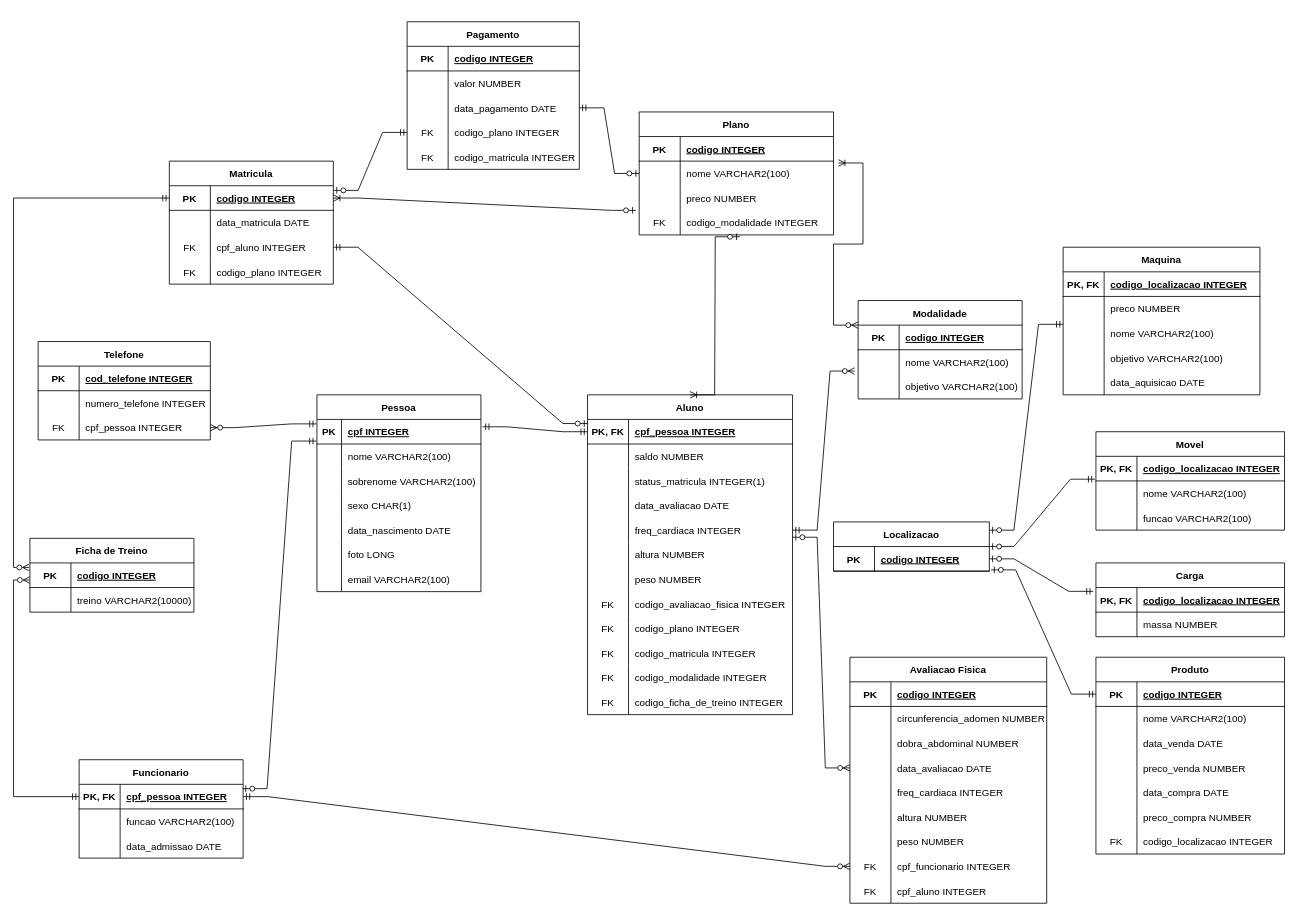
Earlier version of the draw.io diagram GymDataBaseModel.drawio (williamdistler/GymDataBaseModel). Source tidied: cells renumbered, new cells numbered last; positions are measured from the earlier drawing's top-left corner, leaving out a move shared by most shapes. Both pictures are drawn from the tidied source at 82%, with x=0, y=0 at pixel (30, 21).
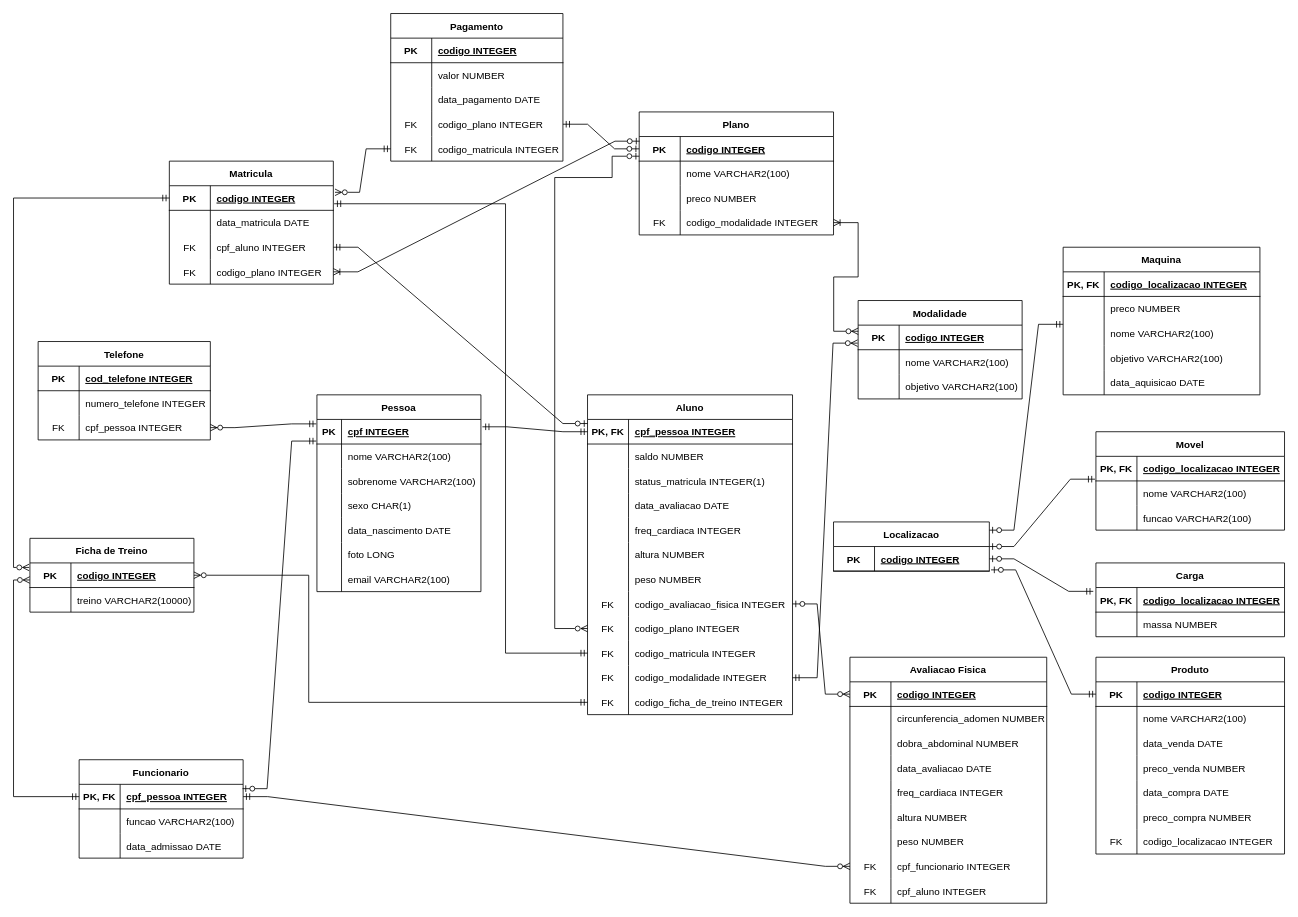
After the change.

Commit message:
FIX: merdas feitas

Unchanged cells that the change refers to:
```xml
<mxCell id="46" style="shape=tableRow;horizontal=0;startSize=0;swimlaneHead=0;swimlaneBody=0;fillColor=none;points=[[0,0.5],[1,0.5]];portConstraint=eastwest;top=0;left=0;right=0;bottom=1;" parent="45" vertex="1">
  <mxGeometry y="30" width="240" height="30" as="geometry" />
</mxCell>
<mxCell id="55" style="shape=tableRow;horizontal=0;startSize=0;swimlaneHead=0;swimlaneBody=0;fillColor=none;points=[[0,0.5],[1,0.5]];portConstraint=eastwest;top=0;left=0;right=0;bottom=0;" parent="45" vertex="1">
  <mxGeometry y="120" width="240" height="30" as="geometry" />
</mxCell>
<mxCell id="74" value="Aluno" style="shape=table;startSize=30;childLayout=tableLayout;rowLines=0;fontStyle=1;align=center;" parent="1" vertex="1">
  <mxGeometry x="680" y="455" width="250" height="390" as="geometry" />
</mxCell>
<mxCell id="87" style="shape=tableRow;horizontal=0;startSize=0;swimlaneHead=0;swimlaneBody=0;fillColor=none;points=[[0,0.5],[1,0.5]];portConstraint=eastwest;top=0;left=0;right=0;bottom=0;" parent="74" vertex="1">
  <mxGeometry y="150" width="250" height="30" as="geometry" />
</mxCell>
<mxCell id="96" style="shape=tableRow;horizontal=0;startSize=0;swimlaneHead=0;swimlaneBody=0;fillColor=none;points=[[0,0.5],[1,0.5]];portConstraint=eastwest;top=0;left=0;right=0;bottom=0;" parent="74" vertex="1">
  <mxGeometry y="240" width="250" height="30" as="geometry" />
</mxCell>
<mxCell id="99" style="shape=tableRow;horizontal=0;startSize=0;swimlaneHead=0;swimlaneBody=0;fillColor=none;points=[[0,0.5],[1,0.5]];portConstraint=eastwest;top=0;left=0;right=0;bottom=0;" parent="74" vertex="1">
  <mxGeometry y="270" width="250" height="30" as="geometry" />
</mxCell>
<mxCell id="102" style="shape=tableRow;horizontal=0;startSize=0;swimlaneHead=0;swimlaneBody=0;fillColor=none;points=[[0,0.5],[1,0.5]];portConstraint=eastwest;top=0;left=0;right=0;bottom=0;" parent="74" vertex="1">
  <mxGeometry y="300" width="250" height="30" as="geometry" />
</mxCell>
<mxCell id="105" style="shape=tableRow;horizontal=0;startSize=0;swimlaneHead=0;swimlaneBody=0;fillColor=none;points=[[0,0.5],[1,0.5]];portConstraint=eastwest;top=0;left=0;right=0;bottom=0;" parent="74" vertex="1">
  <mxGeometry y="330" width="250" height="30" as="geometry" />
</mxCell>
<mxCell id="108" style="shape=tableRow;horizontal=0;startSize=0;swimlaneHead=0;swimlaneBody=0;fillColor=none;points=[[0,0.5],[1,0.5]];portConstraint=eastwest;top=0;left=0;right=0;bottom=0;" parent="74" vertex="1">
  <mxGeometry y="360" width="250" height="30" as="geometry" />
</mxCell>
<mxCell id="114" style="shape=tableRow;horizontal=0;startSize=0;swimlaneHead=0;swimlaneBody=0;fillColor=none;points=[[0,0.5],[1,0.5]];portConstraint=eastwest;top=0;left=0;right=0;bottom=1;" parent="113" vertex="1">
  <mxGeometry y="30" width="200" height="30" as="geometry" />
</mxCell>
<mxCell id="120" value="Modalidade" style="shape=table;startSize=30;childLayout=tableLayout;rowLines=0;fontStyle=1;align=center;" parent="1" vertex="1">
  <mxGeometry x="1010" y="340" width="200" height="120" as="geometry" />
</mxCell>
<mxCell id="121" style="shape=tableRow;horizontal=0;startSize=0;swimlaneHead=0;swimlaneBody=0;fillColor=none;points=[[0,0.5],[1,0.5]];portConstraint=eastwest;top=0;left=0;right=0;bottom=1;" parent="120" vertex="1">
  <mxGeometry y="30" width="200" height="30" as="geometry" />
</mxCell>
<mxCell id="127" style="shape=tableRow;horizontal=0;startSize=0;swimlaneHead=0;swimlaneBody=0;fillColor=none;points=[[0,0.5],[1,0.5]];portConstraint=eastwest;top=0;left=0;right=0;bottom=0;" parent="120" vertex="1">
  <mxGeometry y="90" width="200" height="30" as="geometry" />
</mxCell>
<mxCell id="132" style="shape=tableRow;horizontal=0;startSize=0;swimlaneHead=0;swimlaneBody=0;fillColor=none;points=[[0,0.5],[1,0.5]];portConstraint=eastwest;top=0;left=0;right=0;bottom=1;" parent="131" vertex="1">
  <mxGeometry y="30" width="237" height="30" as="geometry" />
</mxCell>
<mxCell id="135" style="shape=tableRow;horizontal=0;startSize=0;swimlaneHead=0;swimlaneBody=0;fillColor=none;points=[[0,0.5],[1,0.5]];portConstraint=eastwest;top=0;left=0;right=0;bottom=0;" parent="131" vertex="1">
  <mxGeometry y="60" width="237" height="30" as="geometry" />
</mxCell>
<mxCell id="138" style="shape=tableRow;horizontal=0;startSize=0;swimlaneHead=0;swimlaneBody=0;fillColor=none;points=[[0,0.5],[1,0.5]];portConstraint=eastwest;top=0;left=0;right=0;bottom=0;" parent="131" vertex="1">
  <mxGeometry y="90" width="237" height="30" as="geometry" />
</mxCell>
<mxCell id="141" style="shape=tableRow;horizontal=0;startSize=0;swimlaneHead=0;swimlaneBody=0;fillColor=none;points=[[0,0.5],[1,0.5]];portConstraint=eastwest;top=0;left=0;right=0;bottom=0;" parent="131" vertex="1">
  <mxGeometry y="120" width="237" height="30" as="geometry" />
</mxCell>
<mxCell id="147" style="shape=tableRow;horizontal=0;startSize=0;swimlaneHead=0;swimlaneBody=0;fillColor=none;points=[[0,0.5],[1,0.5]];portConstraint=eastwest;top=0;left=0;right=0;bottom=1;" parent="146" vertex="1">
  <mxGeometry y="30" width="200" height="30" as="geometry" />
</mxCell>
<mxCell id="156" style="shape=tableRow;horizontal=0;startSize=0;swimlaneHead=0;swimlaneBody=0;fillColor=none;points=[[0,0.5],[1,0.5]];portConstraint=eastwest;top=0;left=0;right=0;bottom=0;" parent="146" vertex="1">
  <mxGeometry y="120" width="200" height="30" as="geometry" />
</mxCell>
<mxCell id="168" style="shape=tableRow;horizontal=0;startSize=0;swimlaneHead=0;swimlaneBody=0;fillColor=none;points=[[0,0.5],[1,0.5]];portConstraint=eastwest;top=0;left=0;right=0;bottom=0;" parent="161" vertex="1">
  <mxGeometry y="90" width="210" height="30" as="geometry" />
</mxCell>
<mxCell id="171" style="shape=tableRow;horizontal=0;startSize=0;swimlaneHead=0;swimlaneBody=0;fillColor=none;points=[[0,0.5],[1,0.5]];portConstraint=eastwest;top=0;left=0;right=0;bottom=0;" parent="161" vertex="1">
  <mxGeometry y="120" width="210" height="30" as="geometry" />
</mxCell>
<mxCell id="174" style="shape=tableRow;horizontal=0;startSize=0;swimlaneHead=0;swimlaneBody=0;fillColor=none;points=[[0,0.5],[1,0.5]];portConstraint=eastwest;top=0;left=0;right=0;bottom=0;" parent="161" vertex="1">
  <mxGeometry y="150" width="210" height="30" as="geometry" />
</mxCell>
```

What changed in the source:
```diff
@@
-    <mxCell id="111" style="edgeStyle=entityRelationEdgeStyle;fontSize=12;html=1;endArrow=ERzeroToMany;startArrow=ERzeroToOne;rounded=0;exitX=1;exitY=0.789;exitDx=0;exitDy=0;exitPerimeter=0;entryX=0;entryY=0.5;entryDx=0;entryDy=0;" parent="1" edge="1" source="87" target="55">
+    <mxCell id="111" style="edgeStyle=entityRelationEdgeStyle;fontSize=12;html=1;endArrow=ERzeroToMany;startArrow=ERzeroToOne;rounded=0;entryX=0;entryY=0.5;entryDx=0;entryDy=0;" parent="1" edge="1" source="96" target="46">
       <mxGeometry relative="1" as="geometry" />
     </mxCell>
@@
-    <mxCell id="130" style="edgeStyle=entityRelationEdgeStyle;fontSize=12;html=1;endArrow=ERzeroToMany;startArrow=ERmandOne;rounded=0;exitX=1;exitY=0.5;exitDx=0;exitDy=0;entryX=-0.021;entryY=-0.133;entryDx=0;entryDy=0;entryPerimeter=0;" parent="1" edge="1" source="87" target="127">
+    <mxCell id="130" style="edgeStyle=entityRelationEdgeStyle;fontSize=12;html=1;endArrow=ERzeroToMany;startArrow=ERmandOne;rounded=0;entryX=-0.003;entryY=0.732;entryDx=0;entryDy=0;entryPerimeter=0;" parent="1" edge="1" source="105" target="121">
       <mxGeometry relative="1" as="geometry" />
     </mxCell>
+    <mxCell id="245" style="edgeStyle=orthogonalEdgeStyle;rounded=0;jettySize=auto;html=1;entryX=0;entryY=0.5;entryDx=0;entryDy=0;endArrow=ERzeroToMany;endFill=0;startArrow=ERzeroToOne;startFill=0;" parent="1" edge="1" source="132" target="99">
+      <mxGeometry relative="1" as="geometry">
+        <Array as="points">
+          <mxPoint x="710" y="164" />
+          <mxPoint x="710" y="190" />
+          <mxPoint x="640" y="190" />
+          <mxPoint x="640" y="740" />
+        </Array>
+      </mxGeometry>
+    </mxCell>
@@
-    <mxCell id="144" style="edgeStyle=entityRelationEdgeStyle;fontSize=12;html=1;endArrow=ERoneToMany;startArrow=ERzeroToOne;rounded=0;exitX=0.518;exitY=1.075;exitDx=0;exitDy=0;exitPerimeter=0;entryX=0.5;entryY=0;entryDx=0;entryDy=0;" parent="1" edge="1" source="141" target="74">
-      <mxGeometry relative="1" as="geometry" />
-    </mxCell>
-    <mxCell id="145" style="edgeStyle=entityRelationEdgeStyle;fontSize=12;html=1;endArrow=ERoneToMany;startArrow=ERzeroToMany;rounded=0;entryX=1.025;entryY=0.075;entryDx=0;entryDy=0;entryPerimeter=0;exitX=0;exitY=0.25;exitDx=0;exitDy=0;" parent="1" edge="1" source="120" target="135">
+    <mxCell id="145" style="edgeStyle=entityRelationEdgeStyle;fontSize=12;html=1;endArrow=ERoneToMany;startArrow=ERzeroToMany;rounded=0;entryX=1;entryY=0.5;entryDx=0;entryDy=0;exitX=0.001;exitY=0.249;exitDx=0;exitDy=0;exitPerimeter=0;" parent="1" edge="1" source="121" target="141">
       <mxGeometry relative="1" as="geometry" />
     </mxCell>
@@
-    <mxCell id="160" style="edgeStyle=entityRelationEdgeStyle;fontSize=12;html=1;endArrow=ERoneToMany;startArrow=ERzeroToOne;rounded=0;entryX=1;entryY=0.5;entryDx=0;entryDy=0;exitX=-0.017;exitY=1;exitDx=0;exitDy=0;exitPerimeter=0;" parent="1" edge="1" source="138" target="147">
+    <mxCell id="160" style="edgeStyle=entityRelationEdgeStyle;fontSize=12;html=1;endArrow=ERoneToMany;startArrow=ERzeroToOne;rounded=0;entryX=1;entryY=0.5;entryDx=0;entryDy=0;exitX=0.002;exitY=0.189;exitDx=0;exitDy=0;exitPerimeter=0;" parent="1" edge="1" source="132" target="156">
       <mxGeometry relative="1" as="geometry" />
     </mxCell>
     <mxCell id="161" value="Pagamento" style="shape=table;startSize=30;childLayout=tableLayout;rowLines=0;fontStyle=1;align=center;" parent="1" vertex="1">
-      <mxGeometry x="460" width="210" height="180" as="geometry" />
+      <mxGeometry x="440" y="-10" width="210" height="180" as="geometry" />
     </mxCell>
@@
-    <mxCell id="177" style="edgeStyle=entityRelationEdgeStyle;fontSize=12;html=1;endArrow=ERzeroToOne;startArrow=ERmandOne;rounded=0;entryX=1.001;entryY=0.189;entryDx=0;entryDy=0;exitX=0;exitY=0.5;exitDx=0;exitDy=0;entryPerimeter=0;" parent="1" edge="1" source="171" target="147">
+    <mxCell id="177" style="edgeStyle=entityRelationEdgeStyle;fontSize=12;html=1;endArrow=ERzeroToMany;startArrow=ERmandOne;rounded=0;entryX=1.01;entryY=0.267;entryDx=0;entryDy=0;exitX=0;exitY=0.5;exitDx=0;exitDy=0;entryPerimeter=0;endFill=0;" parent="1" edge="1" source="174" target="147">
       <mxGeometry relative="1" as="geometry" />
     </mxCell>
-    <mxCell id="178" style="edgeStyle=entityRelationEdgeStyle;fontSize=12;html=1;endArrow=ERzeroToOne;startArrow=ERmandOne;rounded=0;entryX=0;entryY=0.5;entryDx=0;entryDy=0;exitX=1;exitY=0.5;exitDx=0;exitDy=0;" parent="1" edge="1" source="168" target="135">
+    <mxCell id="178" style="edgeStyle=entityRelationEdgeStyle;fontSize=12;html=1;endArrow=ERzeroToOne;startArrow=ERmandOne;rounded=0;exitX=1;exitY=0.5;exitDx=0;exitDy=0;" parent="1" edge="1" source="171" target="132">
       <mxGeometry relative="1" as="geometry" />
     </mxCell>
@@
+    <mxCell id="246" style="edgeStyle=orthogonalEdgeStyle;rounded=0;jettySize=auto;html=1;entryX=1.005;entryY=0.733;entryDx=0;entryDy=0;startArrow=ERmandOne;startFill=0;endArrow=ERmandOne;endFill=0;entryPerimeter=0;" parent="1" edge="1" source="102" target="147">
+      <mxGeometry relative="1" as="geometry">
+        <Array as="points">
+          <mxPoint x="580" y="770" />
+          <mxPoint x="580" y="222" />
+        </Array>
+      </mxGeometry>
+    </mxCell>
+    <mxCell id="247" style="edgeStyle=orthogonalEdgeStyle;rounded=0;jettySize=auto;html=1;entryX=1;entryY=0.5;entryDx=0;entryDy=0;startArrow=ERmandOne;startFill=0;endArrow=ERzeroToMany;endFill=0;" parent="1" edge="1" source="108" target="114">
+      <mxGeometry relative="1" as="geometry">
+        <Array as="points">
+          <mxPoint x="340" y="830" />
+          <mxPoint x="340" y="675" />
+        </Array>
+      </mxGeometry>
+    </mxCell>
```
